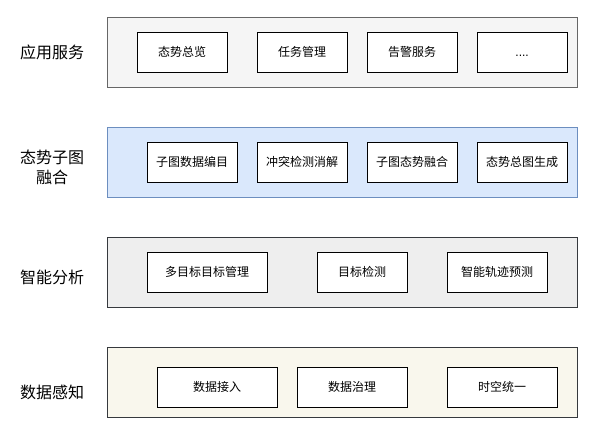
This is page "软件业务架构" (11 of 14) of 态势感知体系图.drawio from paleblackless/diagrams, a draw.io file, before an edit. Source tidied: cells renumbered, new cells numbered last; positions are measured from the earlier drawing's top-left corner, leaving out a move shared by most shapes. Both pictures are drawn from the tidied source at 100%, with x=0, y=0 at pixel (17, 17).
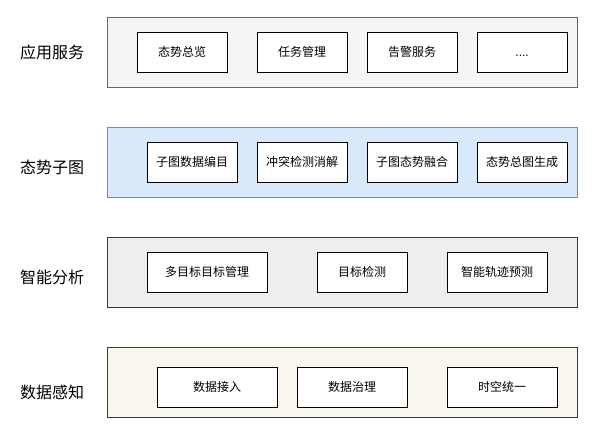
The same diagram, later.

Commit message:
更新态势感知体系图.drawio

Change to the diagram source:
```diff
@@
-    <mxCell id="20" value="&lt;font style=&quot;font-size: 16px;&quot;&gt;态势子图融合&lt;/font&gt;" style="text;html=1;whiteSpace=wrap;strokeColor=none;fillColor=none;align=center;verticalAlign=middle;rounded=0;" parent="1" vertex="1">
+    <mxCell id="20" value="&lt;font style=&quot;font-size: 16px;&quot;&gt;态势子图&lt;/font&gt;" style="text;html=1;whiteSpace=wrap;strokeColor=none;fillColor=none;align=center;verticalAlign=middle;rounded=0;" parent="1" vertex="1">
       <mxGeometry y="135" width="70" height="30" as="geometry" />
     </mxCell>
```
